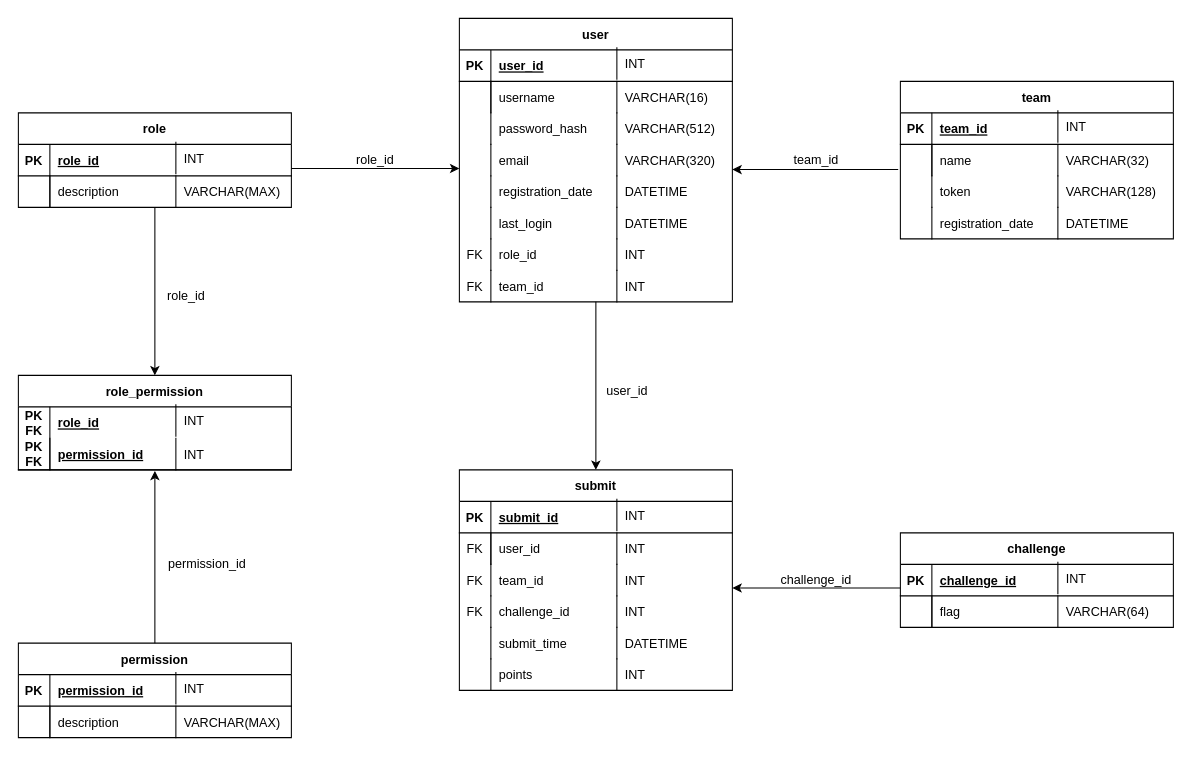
The draw.io diagram db/design/schema_diagram.drawio in FeeeDz/H4ckUs4t1_CTF, before the edit. Source tidied: cells renumbered, new cells numbered last; positions are measured from the earlier drawing's top-left corner, leaving out a move shared by most shapes. Both pictures are drawn from the tidied source at 105%, with x=0, y=0 at pixel (18, 18).
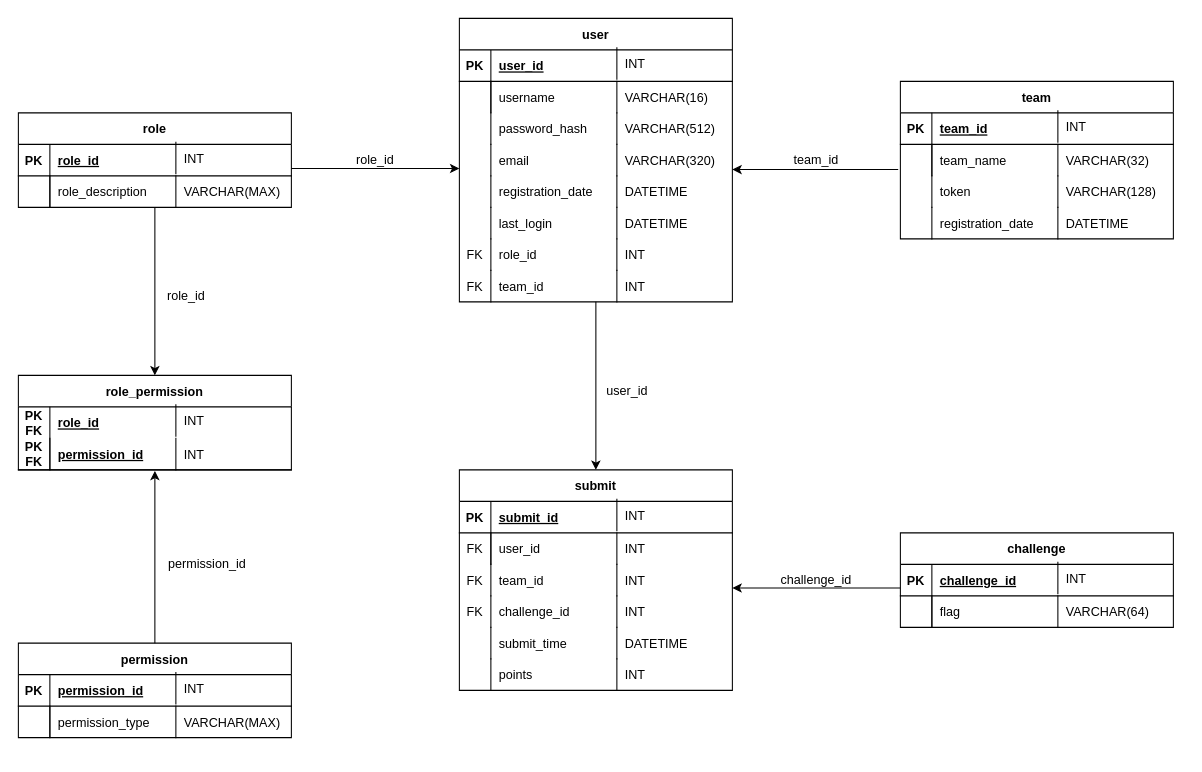
The same diagram, later.

The change refers to these unchanged cells:
```xml
<mxCell id="69" style="shape=partialRectangle;fillColor=none;top=0;left=0;right=0;bottom=0;" parent="65" vertex="1">
  <mxGeometry y="60" width="260" height="30" as="geometry" />
</mxCell>
<mxCell id="85" style="shape=partialRectangle;fillColor=none;points=[[0,0.5],[1,0.5]];portConstraint=eastwest;top=0;left=0;right=0;bottom=0;" parent="81" vertex="1">
  <mxGeometry y="60" width="260" height="30" as="geometry" />
</mxCell>
<mxCell id="134" style="shape=partialRectangle;fillColor=none;top=0;left=0;right=0;bottom=0;" parent="130" vertex="1">
  <mxGeometry y="60" width="260" height="30" as="geometry" />
</mxCell>
```

Change to the diagram source:
```diff
@@
-    <mxCell id="71" value="description" style="shape=partialRectangle;overflow=hidden;fillColor=none;top=0;left=0;bottom=0;right=0;align=left;spacingLeft=6;" parent="69" vertex="1">
+    <mxCell id="71" value="role_description" style="shape=partialRectangle;overflow=hidden;fillColor=none;top=0;left=0;bottom=0;right=0;align=left;spacingLeft=6;" parent="69" vertex="1">
       <mxGeometry x="30" width="230" height="30" as="geometry" />
     </mxCell>
@@
-    <mxCell id="87" value="name" style="shape=partialRectangle;overflow=hidden;fillColor=none;top=0;left=0;bottom=0;right=0;align=left;spacingLeft=6;" parent="85" vertex="1">
+    <mxCell id="87" value="team_name" style="shape=partialRectangle;overflow=hidden;fillColor=none;top=0;left=0;bottom=0;right=0;align=left;spacingLeft=6;" parent="85" vertex="1">
       <mxGeometry x="30" width="230" height="30" as="geometry" />
     </mxCell>
@@
-    <mxCell id="136" value="description" style="shape=partialRectangle;overflow=hidden;fillColor=none;top=0;left=0;bottom=0;right=0;align=left;spacingLeft=6;" parent="134" vertex="1">
+    <mxCell id="136" value="permission_type" style="shape=partialRectangle;overflow=hidden;fillColor=none;top=0;left=0;bottom=0;right=0;align=left;spacingLeft=6;" parent="134" vertex="1">
       <mxGeometry x="30" width="230" height="30" as="geometry" />
     </mxCell>
```
